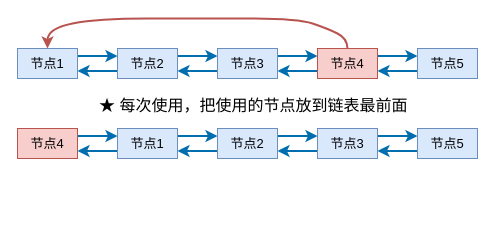
szy0syz/draw.io keeps this draw.io diagram as LRU-in.drawio. Above is the earlier version. Source tidied: cells renumbered, new cells numbered last; positions are measured from the earlier drawing's top-left corner, leaving out a move shared by most shapes. Both pictures are drawn from the tidied source at 100%, with x=0, y=0 at pixel (17, 18).
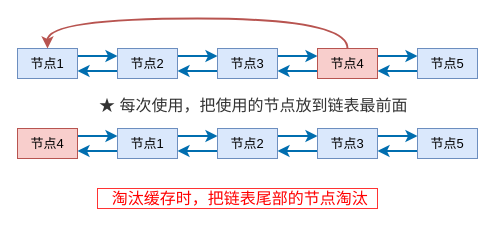
After the change.

Unchanged cells that the change refers to:
```xml
<mxCell id="3" value="&lt;font style=&quot;font-size: 13px&quot;&gt;节点1&lt;/font&gt;" style="rounded=0;whiteSpace=wrap;html=1;fillColor=#dae8fc;strokeColor=#6c8ebf;" parent="1" vertex="1">
  <mxGeometry y="30" width="60" height="30" as="geometry" />
</mxCell>
<mxCell id="12" value="&lt;font style=&quot;font-size: 13px&quot;&gt;节点4&lt;/font&gt;" style="rounded=0;whiteSpace=wrap;html=1;fillColor=#f8cecc;strokeColor=#b85450;" parent="1" vertex="1">
  <mxGeometry x="300" y="30" width="60" height="30" as="geometry" />
</mxCell>
```

Diff of the diagram source:
```diff
@@
+    <mxCell id="28" style="edgeStyle=orthogonalEdgeStyle;curved=1;jettySize=auto;html=1;exitX=0.5;exitY=0;exitDx=0;exitDy=0;entryX=0.5;entryY=0;entryDx=0;entryDy=0;strokeWidth=2;fillColor=#f8cecc;strokeColor=#b85450;" parent="1" edge="1" source="12" target="3">
+      <mxGeometry relative="1" as="geometry">
+        <Array as="points">
+          <mxPoint x="330" />
+          <mxPoint x="30" />
+        </Array>
+      </mxGeometry>
+    </mxCell>
@@
-    <mxCell id="28" style="endArrow=classic;html=1;strokeWidth=2;exitX=0.5;exitY=0;exitDx=0;exitDy=0;entryX=0.5;entryY=0;entryDx=0;entryDy=0;curved=1;fillColor=#f8cecc;strokeColor=#b85450;" parent="1" edge="1" source="12" target="3">
-      <mxGeometry relative="1" as="geometry">
-        <Array as="points">
-          <mxPoint x="330" y="20" />
-          <mxPoint x="310" y="10" />
-          <mxPoint x="280" />
-          <mxPoint x="180" />
-          <mxPoint x="80" />
-          <mxPoint x="30" y="10" />
-        </Array>
-      </mxGeometry>
-    </mxCell>
-    <mxCell id="29" value="&lt;font style=&quot;font-size: 16px&quot;&gt;★ 每次使用，把使用的节点放到链表最前面&lt;/font&gt;" style="text;html=1;align=left;verticalAlign=top;spacingTop=-4;" parent="1" vertex="1">
+    <mxCell id="29" value="&lt;font style=&quot;font-size: 16px&quot; color=&quot;#333333&quot;&gt;★ 每次使用，把使用的节点放到链表最前面&lt;/font&gt;" style="text;html=1;align=left;verticalAlign=top;spacingTop=-4;" parent="1" vertex="1">
       <mxGeometry x="80" y="75" width="320" height="20" as="geometry" />
     </mxCell>
+    <mxCell id="30" value="&lt;font color=&quot;#ff0000&quot; style=&quot;font-size: 16px&quot;&gt;&amp;nbsp;淘汰缓存时，把链表尾部的节点淘汰&lt;/font&gt;" style="text;html=1;align=center;verticalAlign=middle;spacingTop=0;fillColor=none;strokeColor=#FF3333;" parent="1" vertex="1">
+      <mxGeometry x="80" y="170" width="280" height="20" as="geometry" />
+    </mxCell>
```
